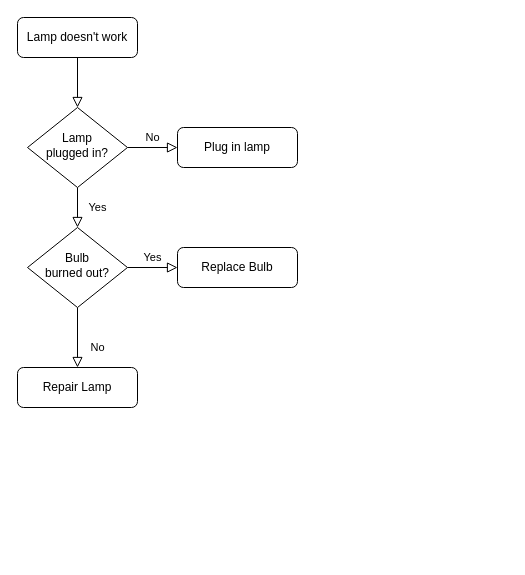
Before: 上链现金流.drawio in xiaoxijin/pay, a draw.io diagram. Source tidied: cells renumbered, new cells numbered last; positions are measured from the earlier drawing's top-left corner, leaving out a move shared by most shapes. Both pictures are drawn from the tidied source at 100%, with x=0, y=0 at pixel (17, 17).
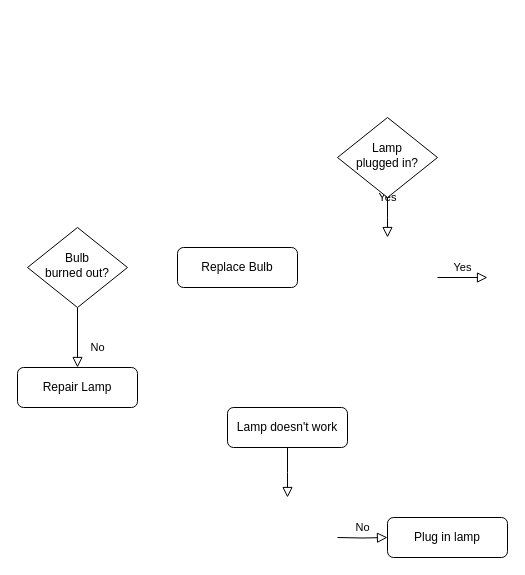
The same page after the edit.

Change to the diagram source:
```diff
@@
 <mxGraphModel>
   <root>
     <mxCell id="0" />
     <mxCell id="1" parent="0" />
-    <mxCell id="2" style="rounded=0;html=1;jettySize=auto;fontSize=11;endArrow=block;endFill=0;endSize=8;strokeWidth=1;shadow=0;labelBackgroundColor=none;edgeStyle=orthogonalEdgeStyle;" parent="1" edge="1" source="3" target="6">
-      <mxGeometry relative="1" as="geometry" />
+    <mxCell id="2" style="rounded=0;html=1;jettySize=auto;fontSize=11;endArrow=block;endFill=0;endSize=8;strokeWidth=1;shadow=0;labelBackgroundColor=none;edgeStyle=orthogonalEdgeStyle;" parent="1" edge="1" source="3">
+      <mxGeometry relative="1" as="geometry">
+        <mxPoint x="270" y="480" as="targetPoint" />
+      </mxGeometry>
     </mxCell>
     <mxCell id="3" value="Lamp doesn't work" style="rounded=1;whiteSpace=wrap;html=1;fontSize=12;glass=0;strokeWidth=1;shadow=0;" parent="1" vertex="1">
-      <mxGeometry width="120" height="40" as="geometry" />
+      <mxGeometry x="210" y="390" width="120" height="40" as="geometry" />
     </mxCell>
-    <mxCell id="4" value="Yes" style="rounded=0;html=1;jettySize=auto;fontSize=11;endArrow=block;endFill=0;endSize=8;strokeWidth=1;shadow=0;labelBackgroundColor=none;edgeStyle=orthogonalEdgeStyle;" parent="1" edge="1" source="6" target="10">
-      <mxGeometry y="20" relative="1" as="geometry" />
+    <mxCell id="4" value="Yes" style="rounded=0;html=1;jettySize=auto;fontSize=11;endArrow=block;endFill=0;endSize=8;strokeWidth=1;shadow=0;labelBackgroundColor=none;edgeStyle=orthogonalEdgeStyle;" parent="1" edge="1" source="6">
+      <mxGeometry y="20" relative="1" as="geometry">
+        <mxPoint x="370" y="220" as="targetPoint" />
+      </mxGeometry>
     </mxCell>
-    <mxCell id="5" value="No" style="edgeStyle=orthogonalEdgeStyle;rounded=0;html=1;jettySize=auto;fontSize=11;endArrow=block;endFill=0;endSize=8;strokeWidth=1;shadow=0;labelBackgroundColor=none;" parent="1" edge="1" source="6" target="7">
-      <mxGeometry y="10" relative="1" as="geometry" />
+    <mxCell id="5" value="No" style="edgeStyle=orthogonalEdgeStyle;rounded=0;html=1;jettySize=auto;fontSize=11;endArrow=block;endFill=0;endSize=8;strokeWidth=1;shadow=0;labelBackgroundColor=none;" parent="1" edge="1" target="7">
+      <mxGeometry y="10" relative="1" as="geometry">
+        <mxPoint x="320" y="520" as="sourcePoint" />
+      </mxGeometry>
     </mxCell>
     <mxCell id="6" value="Lamp&lt;br&gt;plugged in?" style="rhombus;whiteSpace=wrap;html=1;shadow=0;fontFamily=Helvetica;fontSize=12;align=center;strokeWidth=1;spacing=6;spacingTop=-4;" parent="1" vertex="1">
-      <mxGeometry x="10" y="90" width="100" height="80" as="geometry" />
+      <mxGeometry x="320" y="100" width="100" height="80" as="geometry" />
     </mxCell>
     <mxCell id="7" value="Plug in lamp" style="rounded=1;whiteSpace=wrap;html=1;fontSize=12;glass=0;strokeWidth=1;shadow=0;" parent="1" vertex="1">
-      <mxGeometry x="160" y="110" width="120" height="40" as="geometry" />
+      <mxGeometry x="370" y="500" width="120" height="40" as="geometry" />
     </mxCell>
     <mxCell id="8" value="No" style="rounded=0;html=1;jettySize=auto;fontSize=11;endArrow=block;endFill=0;endSize=8;strokeWidth=1;shadow=0;labelBackgroundColor=none;edgeStyle=orthogonalEdgeStyle;" parent="1" edge="1" source="10" target="11">
       <mxGeometry x="0.33" y="20" relative="1" as="geometry" />
     </mxCell>
-    <mxCell id="9" value="Yes" style="edgeStyle=orthogonalEdgeStyle;rounded=0;html=1;jettySize=auto;fontSize=11;endArrow=block;endFill=0;endSize=8;strokeWidth=1;shadow=0;labelBackgroundColor=none;" parent="1" edge="1" source="10" target="12">
-      <mxGeometry y="10" relative="1" as="geometry" />
+    <mxCell id="9" value="Yes" style="edgeStyle=orthogonalEdgeStyle;rounded=0;html=1;jettySize=auto;orthogonalLoop=1;fontSize=11;endArrow=block;endFill=0;endSize=8;strokeWidth=1;shadow=0;labelBackgroundColor=none;" parent="1" edge="1">
+      <mxGeometry y="10" relative="1" as="geometry">
+        <mxPoint x="420" y="260" as="sourcePoint" />
+        <mxPoint x="470" y="260" as="targetPoint" />
+      </mxGeometry>
     </mxCell>
     <mxCell id="10" value="Bulb&lt;br&gt;burned out?" style="rhombus;whiteSpace=wrap;html=1;shadow=0;fontFamily=Helvetica;fontSize=12;align=center;strokeWidth=1;spacing=6;spacingTop=-4;" parent="1" vertex="1">
       <mxGeometry x="10" y="210" width="100" height="80" as="geometry" />
     </mxCell>
     <mxCell id="11" value="Repair Lamp" style="rounded=1;whiteSpace=wrap;html=1;fontSize=12;glass=0;strokeWidth=1;shadow=0;" parent="1" vertex="1">
       <mxGeometry y="350" width="120" height="40" as="geometry" />
     </mxCell>
     <mxCell id="12" value="Replace Bulb" style="rounded=1;whiteSpace=wrap;html=1;fontSize=12;glass=0;strokeWidth=1;shadow=0;" parent="1" vertex="1">
       <mxGeometry x="160" y="230" width="120" height="40" as="geometry" />
     </mxCell>
   </root>
 </mxGraphModel>
```
